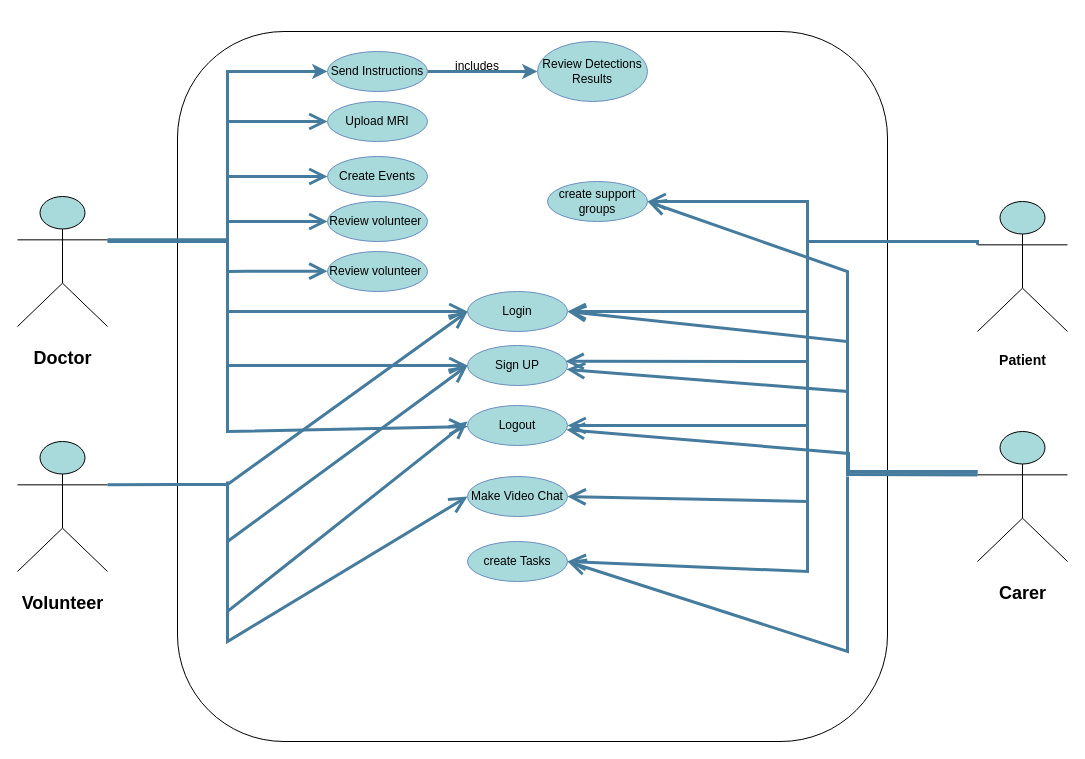
Omarelsherif010/Revive_My_Memory-Graduation_Project keeps this draw.io diagram as Documentation/use caseDiagram.drawio. Above is the earlier version. Source tidied: cells renumbered, new cells numbered last; positions are measured from the earlier drawing's top-left corner, leaving out a move shared by most shapes. Both pictures are drawn from the tidied source at 100%, with x=0, y=0 at pixel (17, 31).
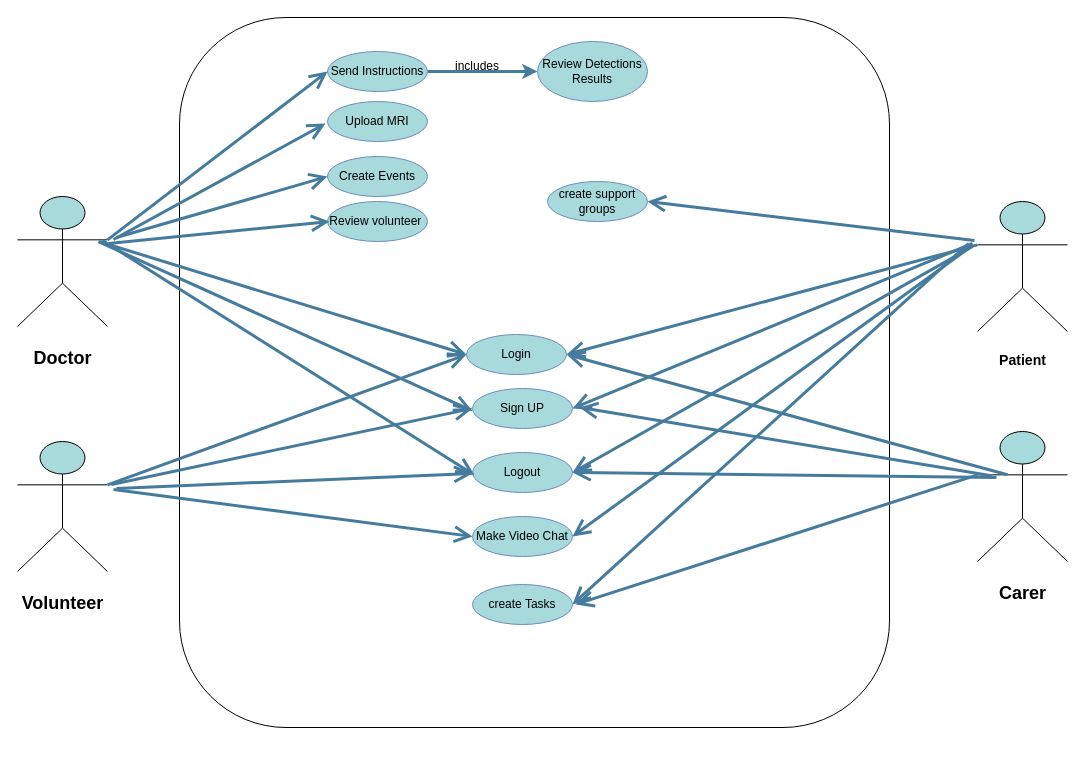
Above is the later version.

The change refers to these unchanged cells:
```xml
<mxCell id="6" value="Upload MRI" style="ellipse;whiteSpace=wrap;html=1;align=center;rounded=1;fillColor=#A8DADC;strokeColor=#6c8ebf;" parent="1" vertex="1">
  <mxGeometry x="310" y="70" width="100" height="40" as="geometry" />
</mxCell>
<mxCell id="8" value="Send Instructions" style="ellipse;whiteSpace=wrap;html=1;align=center;rounded=1;fillColor=#A8DADC;strokeColor=#6c8ebf;" parent="1" vertex="1">
  <mxGeometry x="310" y="20" width="100" height="40" as="geometry" />
</mxCell>
<mxCell id="9" value="Create Events" style="ellipse;whiteSpace=wrap;html=1;align=center;rounded=1;fillColor=#A8DADC;strokeColor=#6c8ebf;" parent="1" vertex="1">
  <mxGeometry x="310" y="125" width="100" height="40" as="geometry" />
</mxCell>
<mxCell id="12" value="Review volunteer&amp;nbsp;" style="ellipse;whiteSpace=wrap;html=1;align=center;rounded=1;fillColor=#A8DADC;strokeColor=#6c8ebf;" parent="1" vertex="1">
  <mxGeometry x="310" y="170" width="100" height="40" as="geometry" />
</mxCell>
<mxCell id="14" value="&lt;h2&gt;&lt;b&gt;Doctor&lt;/b&gt;&lt;/h2&gt;" style="shape=umlActor;verticalLabelPosition=bottom;verticalAlign=top;html=1;fillColor=#A8DADC;" parent="1" vertex="1">
  <mxGeometry y="165" width="90" height="130" as="geometry" />
</mxCell>
<mxCell id="22" value="create support groups" style="ellipse;whiteSpace=wrap;html=1;align=center;rounded=1;fillColor=#A8DADC;strokeColor=#6c8ebf;" parent="1" vertex="1">
  <mxGeometry x="530" y="150" width="100" height="40" as="geometry" />
</mxCell>
<mxCell id="23" value="&lt;h3&gt;&lt;b&gt;Patient&lt;/b&gt;&lt;/h3&gt;" style="shape=umlActor;verticalLabelPosition=bottom;verticalAlign=top;html=1;fillColor=#A8DADC;" parent="1" vertex="1">
  <mxGeometry x="960" y="170" width="90" height="130" as="geometry" />
</mxCell>
<mxCell id="24" value="&lt;h2&gt;&lt;b&gt;Carer&lt;/b&gt;&lt;/h2&gt;" style="shape=umlActor;verticalLabelPosition=bottom;verticalAlign=top;html=1;fillColor=#A8DADC;" parent="1" vertex="1">
  <mxGeometry x="960" y="400" width="90" height="130" as="geometry" />
</mxCell>
<mxCell id="25" value="&lt;h2&gt;&lt;b&gt;Volunteer&lt;/b&gt;&lt;/h2&gt;" style="shape=umlActor;verticalLabelPosition=bottom;verticalAlign=top;html=1;fillColor=#A8DADC;" parent="1" vertex="1">
  <mxGeometry y="410" width="90" height="130" as="geometry" />
</mxCell>
```

Change to the diagram source:
```diff
@@
     <mxCell id="2" style="whiteSpace=wrap;html=1;rounded=1;" parent="1" vertex="1">
-      <mxGeometry x="160" width="710" height="710" as="geometry" />
+      <mxGeometry x="162" y="-14" width="710" height="710" as="geometry" />
     </mxCell>
     <mxCell id="3" value="Login" style="ellipse;whiteSpace=wrap;html=1;align=center;rounded=1;fillColor=#A8DADC;strokeColor=#6c8ebf;" parent="1" vertex="1">
-      <mxGeometry x="450" y="260" width="100" height="40" as="geometry" />
+      <mxGeometry x="449" y="303" width="100" height="40" as="geometry" />
     </mxCell>
     <mxCell id="4" value="Sign UP" style="ellipse;whiteSpace=wrap;html=1;align=center;rounded=1;fillColor=#A8DADC;strokeColor=#6c8ebf;" parent="1" vertex="1">
-      <mxGeometry x="450" y="314" width="100" height="40" as="geometry" />
+      <mxGeometry x="455" y="357" width="100" height="40" as="geometry" />
     </mxCell>
     <mxCell id="5" value="Logout" style="ellipse;whiteSpace=wrap;html=1;align=center;rounded=1;fillColor=#A8DADC;strokeColor=#6c8ebf;" parent="1" vertex="1">
-      <mxGeometry x="450" y="374" width="100" height="40" as="geometry" />
+      <mxGeometry x="455" y="421" width="100" height="40" as="geometry" />
     </mxCell>
@@
-    <mxCell id="13" style="edgeStyle=orthogonalEdgeStyle;rounded=0;jettySize=auto;html=1;exitX=1;exitY=0.3333333333333333;exitDx=0;exitDy=0;exitPerimeter=0;strokeColor=#457B9D;strokeWidth=3;entryX=0;entryY=0.5;entryDx=0;entryDy=0;" parent="1" edge="1" source="14" target="8">
-      <mxGeometry relative="1" as="geometry">
-        <Array as="points">
-          <mxPoint x="210" y="208" />
-          <mxPoint x="210" y="40" />
-        </Array>
-      </mxGeometry>
-    </mxCell>
@@
-    <mxCell id="15" style="endArrow=open;endFill=1;endSize=12;html=1;rounded=0;strokeColor=#457B9D;strokeWidth=3;entryX=0;entryY=0.5;entryDx=0;entryDy=0;" parent="1" edge="1" target="6">
-      <mxGeometry relative="1" as="geometry">
-        <mxPoint x="90" y="210" as="sourcePoint" />
-        <Array as="points">
-          <mxPoint x="210" y="210" />
-          <mxPoint x="210" y="90" />
-        </Array>
-      </mxGeometry>
-    </mxCell>
-    <mxCell id="16" style="endArrow=open;endFill=1;endSize=12;html=1;rounded=0;strokeColor=#457B9D;strokeWidth=3;entryX=0;entryY=0.5;entryDx=0;entryDy=0;" parent="1" edge="1" target="9">
-      <mxGeometry relative="1" as="geometry">
-        <mxPoint x="160" y="210" as="sourcePoint" />
-        <Array as="points">
-          <mxPoint x="160" y="210" />
-          <mxPoint x="210" y="210" />
-          <mxPoint x="210" y="145" />
-        </Array>
-      </mxGeometry>
-    </mxCell>
-    <mxCell id="17" style="endArrow=open;endFill=1;endSize=12;html=1;rounded=0;strokeColor=#457B9D;strokeWidth=3;entryX=0;entryY=0.5;entryDx=0;entryDy=0;" parent="1" edge="1" target="12">
-      <mxGeometry relative="1" as="geometry">
-        <mxPoint x="160" y="210" as="sourcePoint" />
-        <Array as="points">
-          <mxPoint x="210" y="210" />
-          <mxPoint x="210" y="190" />
-        </Array>
-      </mxGeometry>
-    </mxCell>
-    <mxCell id="18" style="endArrow=open;endFill=1;endSize=12;html=1;rounded=0;strokeColor=#457B9D;strokeWidth=3;entryX=0;entryY=0.5;entryDx=0;entryDy=0;startArrow=none;" parent="1" edge="1" target="3">
-      <mxGeometry relative="1" as="geometry">
-        <mxPoint x="210" y="210" as="sourcePoint" />
-        <Array as="points">
-          <mxPoint x="210" y="210" />
-          <mxPoint x="210" y="280" />
-        </Array>
-      </mxGeometry>
-    </mxCell>
-    <mxCell id="19" style="endArrow=open;endFill=1;endSize=12;html=1;rounded=0;strokeColor=#457B9D;strokeWidth=3;" parent="1" edge="1" target="5">
-      <mxGeometry relative="1" as="geometry">
-        <mxPoint x="170" y="210" as="sourcePoint" />
-        <Array as="points">
-          <mxPoint x="170" y="210" />
-          <mxPoint x="210" y="210" />
-          <mxPoint x="210" y="400" />
-        </Array>
-      </mxGeometry>
-    </mxCell>
     <mxCell id="20" value="Make Video Chat" style="ellipse;whiteSpace=wrap;html=1;align=center;rounded=1;fillColor=#A8DADC;strokeColor=#6c8ebf;" parent="1" vertex="1">
-      <mxGeometry x="450" y="445" width="100" height="40" as="geometry" />
+      <mxGeometry x="455" y="485" width="100" height="40" as="geometry" />
     </mxCell>
     <mxCell id="21" value="create Tasks" style="ellipse;whiteSpace=wrap;html=1;align=center;rounded=1;fillColor=#A8DADC;strokeColor=#6c8ebf;" parent="1" vertex="1">
-      <mxGeometry x="450" y="510" width="100" height="40" as="geometry" />
+      <mxGeometry x="455" y="553" width="100" height="40" as="geometry" />
     </mxCell>
@@
-    <mxCell id="26" style="endArrow=open;endFill=1;endSize=12;html=1;rounded=0;strokeColor=#457B9D;strokeWidth=3;entryX=0;entryY=0.5;entryDx=0;entryDy=0;" parent="1" edge="1">
-      <mxGeometry relative="1" as="geometry">
-        <mxPoint x="210" y="210" as="sourcePoint" />
-        <mxPoint x="450" y="334" as="targetPoint" />
-        <Array as="points">
-          <mxPoint x="210" y="264" />
-          <mxPoint x="210" y="334" />
-        </Array>
-      </mxGeometry>
-    </mxCell>
+    <mxCell id="13" style="endArrow=open;endFill=1;endSize=12;html=1;rounded=0;strokeColor=#457B9D;strokeWidth=3;exitX=1;exitY=0.3333333333333333;exitDx=0;exitDy=0;exitPerimeter=0;entryX=0;entryY=0.5;entryDx=0;entryDy=0;" parent="1" edge="1" source="14" target="8">
+      <mxGeometry relative="1" as="geometry" />
+    </mxCell>
+    <mxCell id="45" style="endArrow=open;endFill=1;endSize=12;html=1;rounded=0;strokeColor=#457B9D;strokeWidth=3;entryX=0;entryY=0.5;entryDx=0;entryDy=0;" parent="1" edge="1">
+      <mxGeometry relative="1" as="geometry">
+        <mxPoint x="96" y="208" as="sourcePoint" />
+        <mxPoint x="308" y="92" as="targetPoint" />
+      </mxGeometry>
+    </mxCell>
+    <mxCell id="46" style="endArrow=open;endFill=1;endSize=12;html=1;rounded=0;strokeColor=#457B9D;strokeWidth=3;entryX=0;entryY=0.5;entryDx=0;entryDy=0;" parent="1" edge="1" target="9">
+      <mxGeometry relative="1" as="geometry">
+        <mxPoint x="99" y="206" as="sourcePoint" />
+      </mxGeometry>
+    </mxCell>
+    <mxCell id="47" style="endArrow=open;endFill=1;endSize=12;html=1;rounded=0;strokeColor=#457B9D;strokeWidth=3;entryX=0;entryY=0.5;entryDx=0;entryDy=0;" parent="1" edge="1">
+      <mxGeometry relative="1" as="geometry">
+        <mxPoint x="91" y="212" as="sourcePoint" />
+        <mxPoint x="312" y="190" as="targetPoint" />
+      </mxGeometry>
+    </mxCell>
+    <mxCell id="48" style="endArrow=open;endFill=1;endSize=12;html=1;rounded=0;strokeColor=#457B9D;strokeWidth=3;entryX=0;entryY=0.5;entryDx=0;entryDy=0;exitX=0.911;exitY=0.348;exitDx=0;exitDy=0;exitPerimeter=0;" parent="1" edge="1" source="14" target="3">
+      <mxGeometry relative="1" as="geometry" />
+    </mxCell>
+    <mxCell id="49" style="endArrow=open;endFill=1;endSize=12;html=1;rounded=0;strokeColor=#457B9D;strokeWidth=3;entryX=0;entryY=0.5;entryDx=0;entryDy=0;exitX=0.9;exitY=0.348;exitDx=0;exitDy=0;exitPerimeter=0;" parent="1" edge="1" source="14">
+      <mxGeometry relative="1" as="geometry">
+        <mxPoint x="455" y="379.5" as="targetPoint" />
+      </mxGeometry>
+    </mxCell>
+    <mxCell id="50" style="endArrow=open;endFill=1;endSize=12;html=1;rounded=0;strokeColor=#457B9D;strokeWidth=3;entryX=0;entryY=0.5;entryDx=0;entryDy=0;" parent="1" edge="1">
+      <mxGeometry relative="1" as="geometry">
+        <mxPoint x="85" y="209" as="sourcePoint" />
+        <mxPoint x="457" y="443.5" as="targetPoint" />
+      </mxGeometry>
+    </mxCell>
     <mxCell id="27" style="endArrow=open;endFill=1;endSize=12;html=1;rounded=0;strokeColor=#457B9D;strokeWidth=3;exitX=1;exitY=0.3333333333333333;exitDx=0;exitDy=0;exitPerimeter=0;entryX=0;entryY=0.5;entryDx=0;entryDy=0;" parent="1" edge="1" source="25" target="3">
-      <mxGeometry relative="1" as="geometry">
-        <Array as="points">
-          <mxPoint x="160" y="453" />
-          <mxPoint x="210" y="453" />
-        </Array>
-      </mxGeometry>
+      <mxGeometry relative="1" as="geometry" />
     </mxCell>
-    <mxCell id="28" style="endArrow=open;endFill=1;endSize=12;html=1;rounded=0;strokeColor=#457B9D;strokeWidth=3;entryX=0;entryY=0.5;entryDx=0;entryDy=0;" parent="1" edge="1" target="4">
-      <mxGeometry relative="1" as="geometry">
-        <mxPoint x="210" y="460" as="sourcePoint" />
-        <Array as="points">
-          <mxPoint x="210" y="450" />
-          <mxPoint x="210" y="510" />
-        </Array>
-      </mxGeometry>
-    </mxCell>
-    <mxCell id="29" style="endArrow=none;endFill=1;endSize=12;html=1;rounded=0;strokeColor=#457B9D;strokeWidth=3;" parent="1" edge="1">
-      <mxGeometry relative="1" as="geometry">
-        <mxPoint x="160" y="210" as="sourcePoint" />
-        <mxPoint x="210" y="210" as="targetPoint" />
-      </mxGeometry>
-    </mxCell>
-    <mxCell id="30" value="Review volunteer&amp;nbsp;" style="ellipse;whiteSpace=wrap;html=1;align=center;rounded=1;fillColor=#A8DADC;strokeColor=#6c8ebf;" parent="1" vertex="1">
-      <mxGeometry x="310" y="220" width="100" height="40" as="geometry" />
-    </mxCell>
-    <mxCell id="31" style="endArrow=open;endFill=1;endSize=12;html=1;rounded=0;strokeColor=#457B9D;strokeWidth=3;" parent="1" edge="1">
-      <mxGeometry relative="1" as="geometry">
-        <mxPoint x="210" y="240" as="sourcePoint" />
-        <mxPoint x="310" y="239.7" as="targetPoint" />
-        <Array as="points">
-          <mxPoint x="230" y="239.7" />
-        </Array>
-      </mxGeometry>
-    </mxCell>
-    <mxCell id="32" style="endArrow=open;endFill=1;endSize=12;html=1;rounded=0;strokeColor=#457B9D;strokeWidth=3;entryX=0;entryY=0.4;entryDx=0;entryDy=0;entryPerimeter=0;" parent="1" edge="1" target="5">
-      <mxGeometry relative="1" as="geometry">
-        <mxPoint x="210" y="540" as="sourcePoint" />
-        <Array as="points">
-          <mxPoint x="210" y="510" />
-          <mxPoint x="210" y="580" />
-        </Array>
-      </mxGeometry>
-    </mxCell>
-    <mxCell id="33" style="endArrow=open;endFill=1;endSize=12;html=1;rounded=0;strokeColor=#457B9D;strokeWidth=3;entryX=0;entryY=0.5;entryDx=0;entryDy=0;" parent="1" edge="1" target="20">
-      <mxGeometry relative="1" as="geometry">
-        <mxPoint x="210" y="580" as="sourcePoint" />
-        <Array as="points">
-          <mxPoint x="210" y="610" />
-        </Array>
-      </mxGeometry>
-    </mxCell>
-    <mxCell id="34" style="endArrow=open;endFill=1;endSize=12;html=1;rounded=0;strokeColor=#457B9D;strokeWidth=3;entryX=1;entryY=0.5;entryDx=0;entryDy=0;exitX=0;exitY=0.3333333333333333;exitDx=0;exitDy=0;exitPerimeter=0;" parent="1" edge="1" source="23" target="22">
-      <mxGeometry relative="1" as="geometry">
-        <Array as="points">
-          <mxPoint x="960" y="210" />
-          <mxPoint x="790" y="210" />
-          <mxPoint x="790" y="170" />
-        </Array>
-      </mxGeometry>
-    </mxCell>
-    <mxCell id="35" style="endArrow=open;endFill=1;endSize=12;html=1;rounded=0;strokeColor=#457B9D;strokeWidth=3;entryX=1;entryY=0.5;entryDx=0;entryDy=0;" parent="1" edge="1" target="3">
-      <mxGeometry relative="1" as="geometry">
-        <mxPoint x="790" y="210" as="sourcePoint" />
-        <Array as="points">
-          <mxPoint x="790" y="280" />
-        </Array>
-      </mxGeometry>
-    </mxCell>
-    <mxCell id="36" style="endArrow=open;endFill=1;endSize=12;html=1;rounded=0;strokeColor=#457B9D;strokeWidth=3;entryX=0.98;entryY=0.396;entryDx=0;entryDy=0;entryPerimeter=0;" parent="1" edge="1" target="4">
-      <mxGeometry relative="1" as="geometry">
-        <mxPoint x="790" y="270" as="sourcePoint" />
-        <Array as="points">
-          <mxPoint x="790" y="330" />
-        </Array>
-      </mxGeometry>
-    </mxCell>
-    <mxCell id="37" style="endArrow=open;endFill=1;endSize=12;html=1;rounded=0;strokeColor=#457B9D;strokeWidth=3;" parent="1" edge="1" target="5">
-      <mxGeometry relative="1" as="geometry">
-        <mxPoint x="790" y="330" as="sourcePoint" />
-        <Array as="points">
-          <mxPoint x="790" y="394" />
-        </Array>
-      </mxGeometry>
-    </mxCell>
-    <mxCell id="38" style="endArrow=open;endFill=1;endSize=12;html=1;rounded=0;strokeColor=#457B9D;strokeWidth=3;entryX=1;entryY=0.5;entryDx=0;entryDy=0;" parent="1" edge="1" target="20">
-      <mxGeometry relative="1" as="geometry">
-        <mxPoint x="790" y="390" as="sourcePoint" />
-        <Array as="points">
-          <mxPoint x="790" y="470" />
-        </Array>
-      </mxGeometry>
-    </mxCell>
-    <mxCell id="39" style="endArrow=open;endFill=1;endSize=12;html=1;rounded=0;strokeColor=#457B9D;strokeWidth=3;" parent="1" edge="1">
-      <mxGeometry relative="1" as="geometry">
-        <mxPoint x="790" y="460" as="sourcePoint" />
-        <mxPoint x="550" y="530" as="targetPoint" />
-        <Array as="points">
-          <mxPoint x="790" y="540" />
-        </Array>
-      </mxGeometry>
-    </mxCell>
-    <mxCell id="40" style="endArrow=open;endFill=1;endSize=12;html=1;rounded=0;strokeColor=#457B9D;strokeWidth=3;exitX=0;exitY=0.3333333333333333;exitDx=0;exitDy=0;exitPerimeter=0;" parent="1" edge="1" source="24">
-      <mxGeometry relative="1" as="geometry">
-        <mxPoint x="630" y="170" as="targetPoint" />
-        <Array as="points">
-          <mxPoint x="830" y="443" />
-          <mxPoint x="830" y="240" />
-        </Array>
-      </mxGeometry>
-    </mxCell>
+    <mxCell id="51" style="endArrow=open;endFill=1;endSize=12;html=1;rounded=0;strokeColor=#457B9D;strokeWidth=3;entryX=0;entryY=0.5;entryDx=0;entryDy=0;" parent="1" edge="1" target="4">
+      <mxGeometry relative="1" as="geometry">
+        <mxPoint x="94" y="453" as="sourcePoint" />
+      </mxGeometry>
+    </mxCell>
+    <mxCell id="52" style="endArrow=open;endFill=1;endSize=12;html=1;rounded=0;strokeColor=#457B9D;strokeWidth=3;entryX=0;entryY=0.5;entryDx=0;entryDy=0;" parent="1" edge="1">
+      <mxGeometry relative="1" as="geometry">
+        <mxPoint x="99" y="457" as="sourcePoint" />
+        <mxPoint x="455" y="442" as="targetPoint" />
+      </mxGeometry>
+    </mxCell>
+    <mxCell id="53" style="endArrow=open;endFill=1;endSize=12;html=1;rounded=0;strokeColor=#457B9D;strokeWidth=3;entryX=0;entryY=0.5;entryDx=0;entryDy=0;" parent="1" edge="1">
+      <mxGeometry relative="1" as="geometry">
+        <mxPoint x="96" y="458" as="sourcePoint" />
+        <mxPoint x="455" y="505" as="targetPoint" />
+      </mxGeometry>
+    </mxCell>
+    <mxCell id="54" style="endArrow=open;endFill=1;endSize=12;html=1;rounded=0;strokeColor=#457B9D;strokeWidth=3;entryX=1;entryY=0.5;entryDx=0;entryDy=0;" parent="1" edge="1" target="22">
+      <mxGeometry relative="1" as="geometry">
+        <mxPoint x="957" y="209" as="sourcePoint" />
+      </mxGeometry>
+    </mxCell>
+    <mxCell id="55" style="endArrow=open;endFill=1;endSize=12;html=1;rounded=0;strokeColor=#457B9D;strokeWidth=3;entryX=1;entryY=0.5;entryDx=0;entryDy=0;exitX=0;exitY=0.3333333333333333;exitDx=0;exitDy=0;exitPerimeter=0;" parent="1" edge="1" source="23" target="3">
+      <mxGeometry relative="1" as="geometry" />
+    </mxCell>
+    <mxCell id="56" style="endArrow=open;endFill=1;endSize=12;html=1;rounded=0;strokeColor=#457B9D;strokeWidth=3;entryX=1;entryY=0.5;entryDx=0;entryDy=0;" parent="1" edge="1" target="4">
+      <mxGeometry relative="1" as="geometry">
+        <mxPoint x="955" y="212" as="sourcePoint" />
+      </mxGeometry>
+    </mxCell>
+    <mxCell id="57" style="endArrow=open;endFill=1;endSize=12;html=1;rounded=0;strokeColor=#457B9D;strokeWidth=3;entryX=1;entryY=0.5;entryDx=0;entryDy=0;" parent="1" edge="1" target="5">
+      <mxGeometry relative="1" as="geometry">
+        <mxPoint x="955" y="215" as="sourcePoint" />
+      </mxGeometry>
+    </mxCell>
+    <mxCell id="58" style="endArrow=open;endFill=1;endSize=12;html=1;rounded=0;strokeColor=#457B9D;strokeWidth=3;entryX=1;entryY=0.5;entryDx=0;entryDy=0;" parent="1" edge="1" target="20">
+      <mxGeometry relative="1" as="geometry">
+        <mxPoint x="955" y="214" as="sourcePoint" />
+      </mxGeometry>
+    </mxCell>
+    <mxCell id="59" style="endArrow=open;endFill=1;endSize=12;html=1;rounded=0;strokeColor=#457B9D;strokeWidth=3;entryX=1;entryY=0.5;entryDx=0;entryDy=0;" parent="1" edge="1" target="21">
+      <mxGeometry relative="1" as="geometry">
+        <mxPoint x="951" y="212" as="sourcePoint" />
+      </mxGeometry>
+    </mxCell>
+    <mxCell id="60" style="endArrow=open;endFill=1;endSize=12;html=1;rounded=0;strokeColor=#457B9D;strokeWidth=3;exitX=0;exitY=0.3333333333333333;exitDx=0;exitDy=0;exitPerimeter=0;" parent="1" edge="1" source="24">
+      <mxGeometry relative="1" as="geometry">
+        <mxPoint x="558" y="573" as="targetPoint" />
+      </mxGeometry>
+    </mxCell>
+    <mxCell id="61" style="endArrow=open;endFill=1;endSize=12;html=1;rounded=0;strokeColor=#457B9D;strokeWidth=3;exitX=0.211;exitY=0.354;exitDx=0;exitDy=0;exitPerimeter=0;entryX=1;entryY=0.5;entryDx=0;entryDy=0;" parent="1" edge="1" source="24" target="5">
+      <mxGeometry relative="1" as="geometry" />
+    </mxCell>
+    <mxCell id="62" style="endArrow=open;endFill=1;endSize=12;html=1;rounded=0;strokeColor=#457B9D;strokeWidth=3;exitX=0.156;exitY=0.34;exitDx=0;exitDy=0;exitPerimeter=0;" parent="1" edge="1" source="24">
+      <mxGeometry relative="1" as="geometry">
+        <mxPoint x="562" y="376" as="targetPoint" />
+      </mxGeometry>
+    </mxCell>
-    <mxCell id="41" style="endArrow=open;endFill=1;endSize=12;html=1;rounded=0;strokeColor=#457B9D;strokeWidth=3;entryX=1;entryY=0.5;entryDx=0;entryDy=0;exitX=0;exitY=0.3333333333333333;exitDx=0;exitDy=0;exitPerimeter=0;" parent="1" edge="1" source="24" target="3">
-      <mxGeometry relative="1" as="geometry">
-        <Array as="points">
-          <mxPoint x="830" y="443" />
-          <mxPoint x="830" y="310" />
-        </Array>
-      </mxGeometry>
+    <mxCell id="41" style="endArrow=open;endFill=1;endSize=12;html=1;rounded=0;strokeColor=#457B9D;strokeWidth=3;exitX=0.333;exitY=0.333;exitDx=0;exitDy=0;exitPerimeter=0;entryX=1;entryY=0.5;entryDx=0;entryDy=0;" parent="1" edge="1" source="24" target="3">
+      <mxGeometry relative="1" as="geometry" />
     </mxCell>
-    <mxCell id="42" style="endArrow=open;endFill=1;endSize=12;html=1;rounded=0;strokeColor=#457B9D;strokeWidth=3;exitX=0;exitY=0.308;exitDx=0;exitDy=0;exitPerimeter=0;" parent="1" edge="1" source="24" target="4">
-      <mxGeometry relative="1" as="geometry">
-        <Array as="points">
-          <mxPoint x="900" y="440" />
-          <mxPoint x="830" y="440" />
-          <mxPoint x="830" y="360" />
-        </Array>
-      </mxGeometry>
-    </mxCell>
-    <mxCell id="43" style="endArrow=open;endFill=1;endSize=12;html=1;rounded=0;strokeColor=#457B9D;strokeWidth=3;" parent="1" edge="1" target="5">
-      <mxGeometry relative="1" as="geometry">
-        <mxPoint x="960" y="440" as="sourcePoint" />
-        <Array as="points">
-          <mxPoint x="870" y="440" />
-          <mxPoint x="831" y="440" />
-          <mxPoint x="831" y="422" />
-        </Array>
-      </mxGeometry>
-    </mxCell>
-    <mxCell id="44" style="endArrow=open;endFill=1;endSize=12;html=1;rounded=0;strokeColor=#457B9D;strokeWidth=3;entryX=1;entryY=0.5;entryDx=0;entryDy=0;" parent="1" edge="1" target="21">
-      <mxGeometry relative="1" as="geometry">
-        <mxPoint x="830" y="445" as="sourcePoint" />
-        <Array as="points">
-          <mxPoint x="830" y="620" />
-        </Array>
-      </mxGeometry>
-    </mxCell>
```
